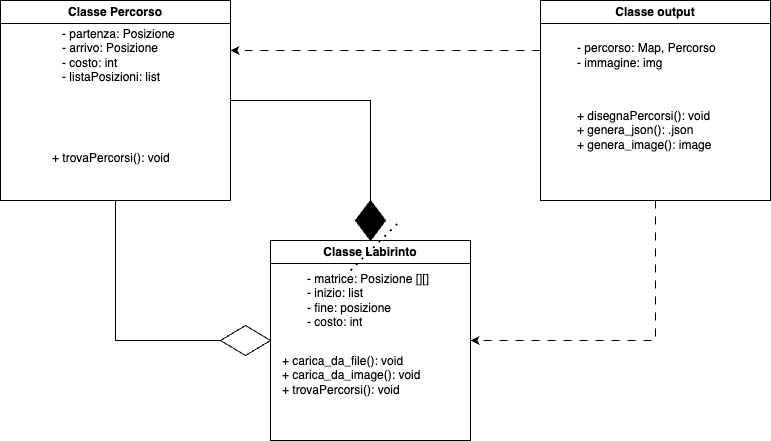
Before: labyrinth_UML.drawio.png, a diagram exported from draw.io (e-caliano/Labirinth2023). Source tidied: cells renumbered, new cells last; positions are measured from the earlier drawing's top-left corner, leaving out a move shared by most shapes.
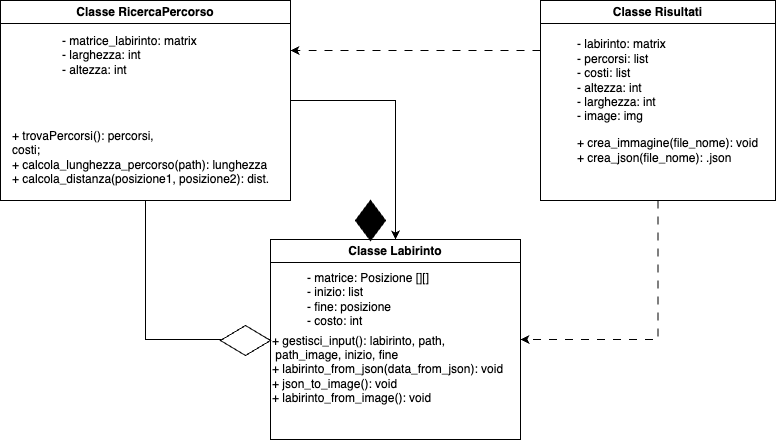
Later version of the same file.

Change to the diagram source:
```diff
@@ -3,13 +3,13 @@
     <mxCell id="0" />
     <mxCell id="1" parent="0" />
     <mxCell id="2" value="Classe Labirinto" style="swimlane;whiteSpace=wrap;html=1;" parent="1" vertex="1">
-      <mxGeometry x="270" y="240" width="200" height="200" as="geometry" />
+      <mxGeometry x="270" y="239" width="250" height="200" as="geometry" />
     </mxCell>
     <mxCell id="3" value="- matrice: Posizione [][]&lt;br&gt;- inizio: list&lt;br&gt;- fine: posizione&lt;br&gt;- costo: int" style="text;html=1;strokeColor=none;fillColor=none;align=left;verticalAlign=middle;whiteSpace=wrap;rounded=0;" parent="2" vertex="1">
       <mxGeometry x="35" y="50" width="130" height="20" as="geometry" />
     </mxCell>
-    <mxCell id="4" value="+ carica_da_file(): void&lt;br style=&quot;border-color: var(--border-color);&quot;&gt;+ carica_da_image(): void&lt;br&gt;+ trovaPercorsi(): void" style="text;html=1;align=left;verticalAlign=middle;strokeColor=none;fillColor=none;" parent="2" vertex="1">
-      <mxGeometry x="10" y="105" width="160" height="60" as="geometry" />
+    <mxCell id="4" value="+ gestisci_input(): labirinto, path,&lt;br&gt;&amp;nbsp;path_image, inizio, fine&amp;nbsp;&lt;br style=&quot;border-color: var(--border-color);&quot;&gt;+ labirinto_from_json(data_from_json): void&lt;br&gt;+ json_to_image(): void&lt;br&gt;+ labirinto_from_image(): void" style="text;html=1;align=left;verticalAlign=middle;strokeColor=none;fillColor=none;" parent="2" vertex="1">
+      <mxGeometry y="85" width="250" height="90" as="geometry" />
     </mxCell>
     <mxCell id="5" style="edgeStyle=orthogonalEdgeStyle;rounded=0;jettySize=auto;html=1;exitX=0.5;exitY=1;exitDx=0;exitDy=0;entryX=0;entryY=0.5;entryDx=0;entryDy=0;" parent="1" edge="1" source="7" target="2">
       <mxGeometry relative="1" as="geometry" />
@@ -17,14 +17,14 @@
     <mxCell id="6" style="edgeStyle=orthogonalEdgeStyle;rounded=0;jettySize=auto;html=1;exitX=1;exitY=0.5;exitDx=0;exitDy=0;entryX=0.5;entryY=0;entryDx=0;entryDy=0;" parent="1" edge="1" source="7" target="2">
       <mxGeometry relative="1" as="geometry" />
     </mxCell>
-    <mxCell id="7" value="Classe Percorso" style="swimlane;whiteSpace=wrap;html=1;" parent="1" vertex="1">
-      <mxGeometry width="230" height="200" as="geometry" />
+    <mxCell id="7" value="Classe RicercaPercorso" style="swimlane;whiteSpace=wrap;html=1;" parent="1" vertex="1">
+      <mxGeometry width="290" height="200" as="geometry" />
     </mxCell>
-    <mxCell id="8" value="- partenza: Posizione&lt;br&gt;- arrivo: Posizione&lt;br&gt;- costo: int&lt;br&gt;- listaPosizioni: list" style="text;html=1;align=left;verticalAlign=middle;strokeColor=none;fillColor=none;" parent="7" vertex="1">
-      <mxGeometry x="60" y="20" width="140" height="70" as="geometry" />
+    <mxCell id="8" value="- matrice_labirinto: matrix&lt;br&gt;- larghezza: int&lt;br&gt;- altezza: int" style="text;html=1;align=left;verticalAlign=middle;strokeColor=none;fillColor=none;" parent="7" vertex="1">
+      <mxGeometry x="60" y="25" width="160" height="60" as="geometry" />
     </mxCell>
-    <mxCell id="9" value="&lt;br&gt;+ trovaPercorsi(): void&amp;nbsp;" style="text;html=1;align=left;verticalAlign=middle;strokeColor=none;fillColor=none;" parent="7" vertex="1">
-      <mxGeometry x="50" y="130" width="140" height="40" as="geometry" />
+    <mxCell id="9" value="&lt;br&gt;+ trovaPercorsi(): percorsi,&lt;br&gt;costi;&amp;nbsp;&lt;br&gt;+ calcola_lunghezza_percorso(path): lunghezza&lt;br&gt;+ calcola_distanza(posizione1, posizione2): dist.&amp;nbsp;" style="text;html=1;align=left;verticalAlign=middle;strokeColor=none;fillColor=none;" parent="7" vertex="1">
+      <mxGeometry x="10" y="105" width="280" height="90" as="geometry" />
     </mxCell>
     <mxCell id="10" style="edgeStyle=orthogonalEdgeStyle;rounded=0;jettySize=auto;html=1;exitX=0;exitY=0.25;exitDx=0;exitDy=0;entryX=1;entryY=0.25;entryDx=0;entryDy=0;dashed=1;dashPattern=8 8;" parent="1" edge="1" source="12" target="7">
       <mxGeometry relative="1" as="geometry" />
@@ -32,14 +32,14 @@
     <mxCell id="11" style="edgeStyle=orthogonalEdgeStyle;rounded=0;jettySize=auto;html=1;exitX=0.5;exitY=1;exitDx=0;exitDy=0;entryX=1;entryY=0.5;entryDx=0;entryDy=0;dashed=1;dashPattern=8 8;" parent="1" edge="1" source="12" target="2">
       <mxGeometry relative="1" as="geometry" />
     </mxCell>
-    <mxCell id="12" value="Classe output" style="swimlane;whiteSpace=wrap;html=1;" parent="1" vertex="1">
-      <mxGeometry x="540" width="230" height="200" as="geometry" />
+    <mxCell id="12" value="Classe Risultati" style="swimlane;whiteSpace=wrap;html=1;" parent="1" vertex="1">
+      <mxGeometry x="540" width="235" height="200" as="geometry" />
     </mxCell>
-    <mxCell id="13" value="- percorso: Map, Percorso&lt;br&gt;- immagine: img" style="text;html=1;align=left;verticalAlign=middle;strokeColor=none;fillColor=none;" parent="12" vertex="1">
-      <mxGeometry x="35" y="35" width="160" height="40" as="geometry" />
+    <mxCell id="13" value="- labirinto: matrix&lt;br&gt;- percorsi: list&lt;br&gt;- costi: list&lt;br&gt;- altezza: int&lt;br&gt;- larghezza: int&lt;br&gt;- image: img&lt;br&gt;" style="text;html=1;align=left;verticalAlign=middle;strokeColor=none;fillColor=none;" parent="12" vertex="1">
+      <mxGeometry x="35" y="30" width="110" height="100" as="geometry" />
     </mxCell>
-    <mxCell id="14" value="+ disegnaPercorsi(): void&lt;br&gt;+ genera_json(): .json&lt;br&gt;+ genera_image(): image" style="text;html=1;align=left;verticalAlign=middle;strokeColor=none;fillColor=none;" parent="12" vertex="1">
-      <mxGeometry x="35" y="100" width="160" height="60" as="geometry" />
+    <mxCell id="14" value="+ crea_immagine(file_nome): void&lt;br&gt;+ crea_json(file_nome): .json" style="text;html=1;align=left;verticalAlign=middle;strokeColor=none;fillColor=none;" parent="12" vertex="1">
+      <mxGeometry x="35" y="130" width="200" height="40" as="geometry" />
     </mxCell>
     <mxCell id="15" style="rhombus;whiteSpace=wrap;html=1;fillColor=#000000;" parent="1" vertex="1">
       <mxGeometry x="355" y="200" width="30" height="40" as="geometry" />
@@ -47,11 +47,5 @@
     <mxCell id="16" style="rhombus;whiteSpace=wrap;html=1;rotation=90;" parent="1" vertex="1">
       <mxGeometry x="230" y="315" width="30" height="50" as="geometry" />
     </mxCell>
-    <mxCell id="17" style="endArrow=none;dashed=1;html=1;dashPattern=1 3;strokeWidth=2;rounded=0;" parent="1" edge="1">
-      <mxGeometry relative="1" as="geometry">
-        <mxPoint x="350" y="270" as="sourcePoint" />
-        <mxPoint x="400" y="220" as="targetPoint" />
-      </mxGeometry>
-    </mxCell>
   </root>
 </mxGraphModel>
```
